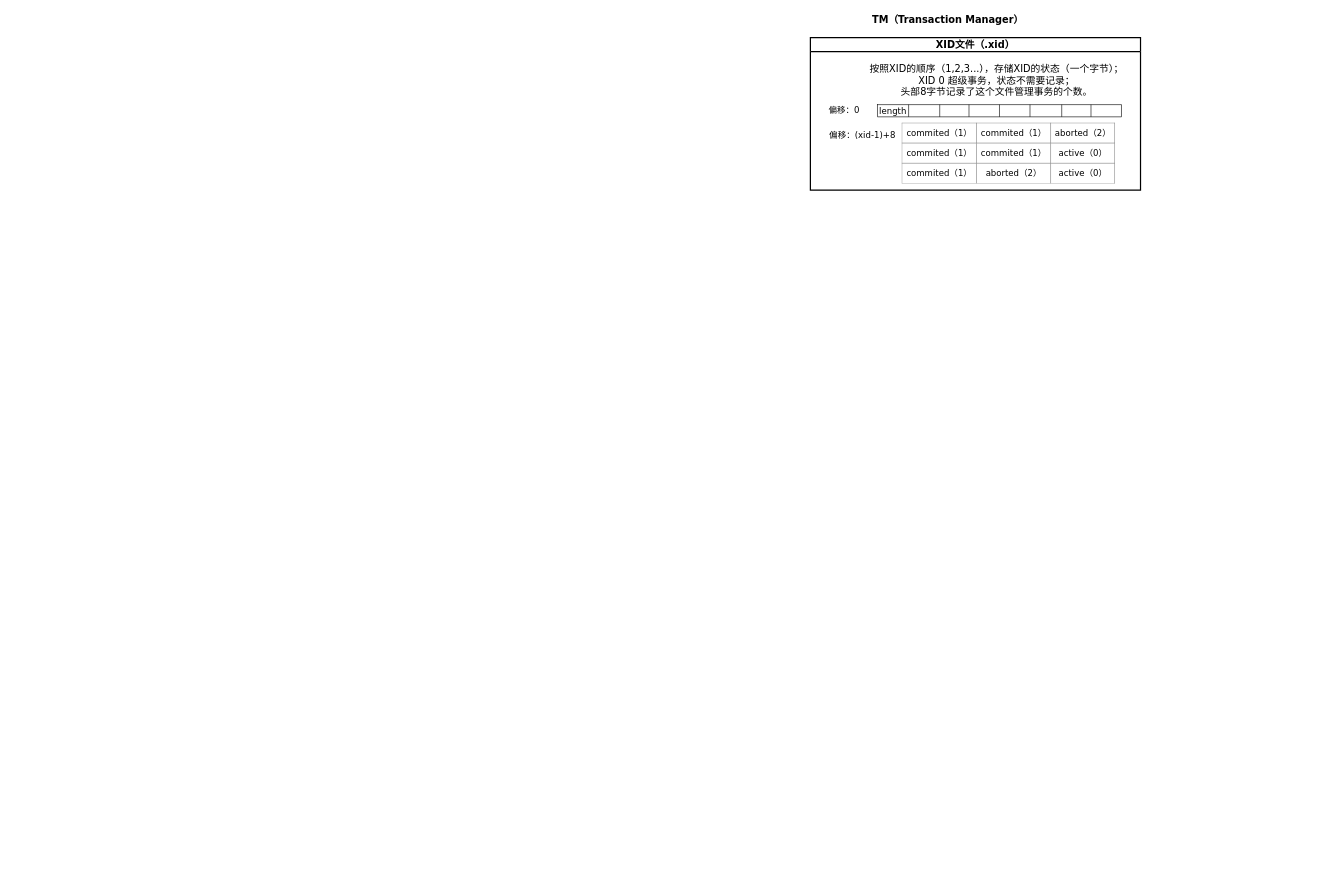
ZhongQiuyuan/diagrams-net keeps this draw.io diagram as MyDB.drawio. Above is the earlier version. Source tidied: cells renumbered, new cells numbered last; positions are measured from the earlier drawing's top-left corner, leaving out a move shared by most shapes. Both pictures are drawn from the tidied source at 61%, with x=0, y=0 at pixel (810, 13).
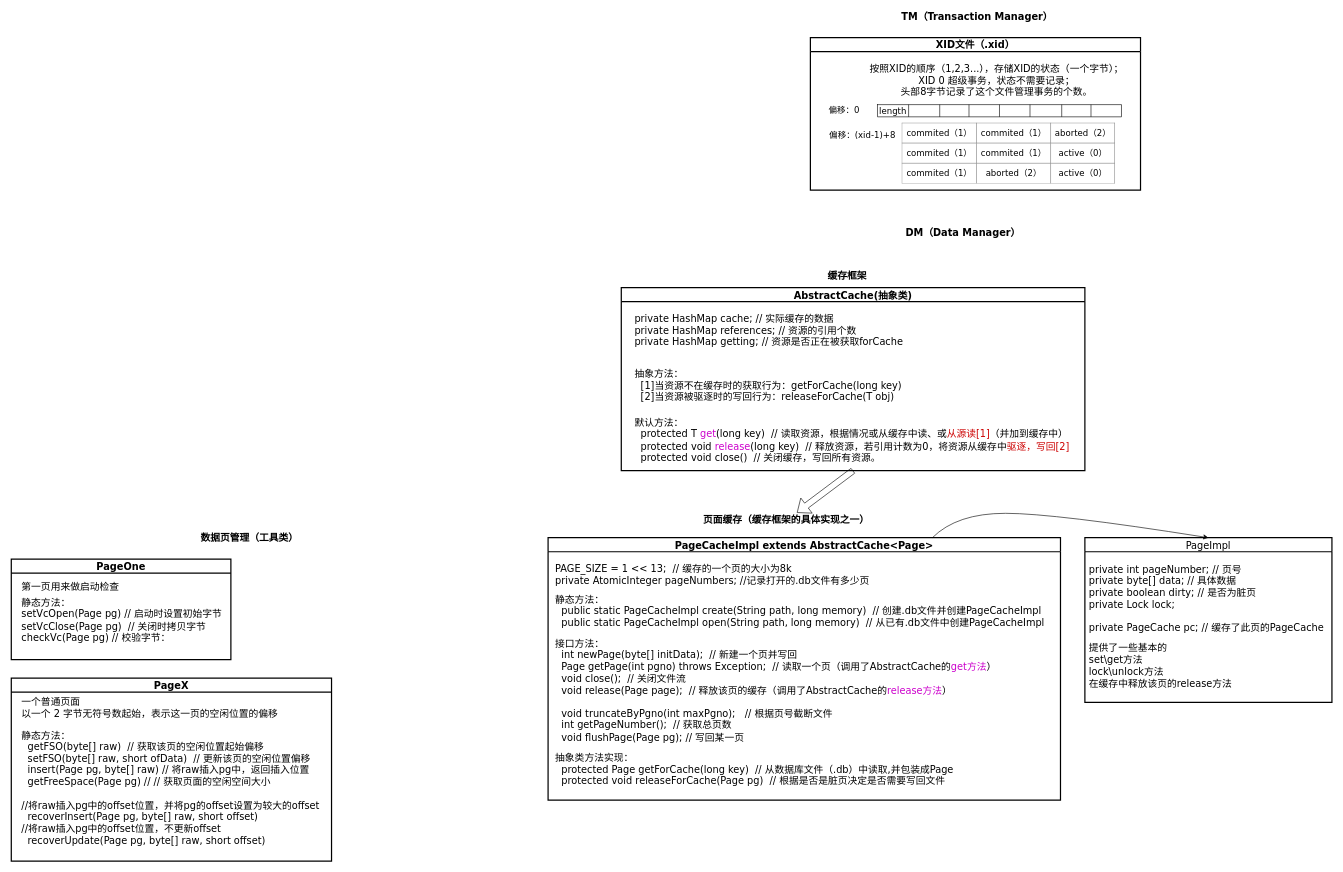
The same page after the edit.

Change to the diagram source:
```diff
@@
     <mxCell id="2" value="&lt;font style=&quot;font-size: 16px&quot; face=&quot;Verdana&quot;&gt;&lt;b&gt;TM（Transaction Manager）&lt;/b&gt;&lt;/font&gt;" style="text;html=1;align=center;verticalAlign=middle;strokeColor=none;fillColor=none;" parent="1" vertex="1">
-      <mxGeometry x="95" width="260" height="20" as="geometry" />
+      <mxGeometry x="143" y="-4" width="260" height="20" as="geometry" />
     </mxCell>
@@
+    <mxCell id="18" value="&lt;font style=&quot;font-size: 16px&quot; face=&quot;Verdana&quot;&gt;&lt;b&gt;DM（Data Manager）&lt;/b&gt;&lt;/font&gt;" style="text;html=1;align=center;verticalAlign=middle;strokeColor=none;fillColor=none;" parent="1" vertex="1">
+      <mxGeometry x="150" y="350" width="200" height="20" as="geometry" />
+    </mxCell>
+    <mxCell id="19" value="&lt;font style=&quot;font-size: 16px&quot;&gt;&lt;b&gt;缓存框架&lt;/b&gt;&lt;/font&gt;" style="text;html=1;align=center;verticalAlign=middle;strokeColor=none;fillColor=none;fontSize=14;fontFamily=Verdana;" parent="1" vertex="1">
+      <mxGeometry x="20" y="420" width="80" height="20" as="geometry" />
+    </mxCell>
+    <mxCell id="20" value="AbstractCache(抽象类)" style="swimlane;fontFamily=Verdana;fontSize=16;strokeWidth=2;align=center;" parent="1" vertex="1">
+      <mxGeometry x="-310" y="450" width="760" height="300" as="geometry" />
+    </mxCell>
+    <mxCell id="21" value="抽象方法：&lt;br&gt;&amp;nbsp; [1]当资源不在缓存时的获取行为：getForCache(long key)&lt;br&gt;&amp;nbsp; [2]当资源被驱逐时的写回行为：releaseForCache(T obj)" style="text;html=1;align=left;verticalAlign=middle;strokeColor=none;fillColor=none;fontSize=16;fontFamily=Verdana;" parent="20" vertex="1">
+      <mxGeometry x="20" y="130" width="460" height="60" as="geometry" />
+    </mxCell>
+    <mxCell id="22" value="private HashMap cache;                     // 实际缓存的数据&lt;br&gt;private HashMap references;          // 资源的引用个数&lt;br&gt;private HashMap getting;             // 资源是否正在被获取forCache" style="text;html=1;align=left;verticalAlign=middle;strokeColor=none;fillColor=none;fontSize=16;fontFamily=Verdana;" parent="20" vertex="1">
+      <mxGeometry x="20" y="40" width="460" height="60" as="geometry" />
+    </mxCell>
+    <mxCell id="23" value="默认方法：&lt;br&gt;&amp;nbsp; protected T &lt;font color=&quot;#cc00cc&quot;&gt;get&lt;/font&gt;(long key)&amp;nbsp; // 读取资源，根据情况或从缓存中读、或&lt;font color=&quot;#cc0000&quot;&gt;从源读[1]&lt;/font&gt;（并加到缓存中）&lt;br&gt;&amp;nbsp; protected void &lt;font color=&quot;#cc00cc&quot;&gt;release&lt;/font&gt;(long key)&amp;nbsp; // 释放资源，若引用计数为0，将资源从缓存中&lt;font color=&quot;#cc0000&quot;&gt;驱逐，写回[2]&lt;/font&gt;&lt;br&gt;&amp;nbsp; protected void close()&amp;nbsp; // 关闭缓存，写回所有资源。" style="text;html=1;align=left;verticalAlign=middle;strokeColor=none;fillColor=none;fontSize=16;fontFamily=Verdana;" parent="20" vertex="1">
+      <mxGeometry x="20" y="210" width="740" height="80" as="geometry" />
+    </mxCell>
+    <mxCell id="24" value="&lt;font style=&quot;font-size: 16px&quot;&gt;&lt;b&gt;页面缓存（&lt;/b&gt;&lt;b&gt;缓存框架的具体实现之一&lt;/b&gt;&lt;b&gt;）&lt;/b&gt;&lt;/font&gt;" style="text;html=1;align=center;verticalAlign=middle;points=[];strokeColor=none;fillColor=none;fontSize=14;fontFamily=Verdana;" parent="1" vertex="1">
+      <mxGeometry x="-185" y="820" width="290" height="20" as="geometry" />
+    </mxCell>
+    <mxCell id="25" value="PageCacheImpl extends AbstractCache&lt;Page&gt;" style="swimlane;fontFamily=Verdana;fontSize=16;fontColor=#000000;strokeWidth=2;fontStyle=1;" parent="1" vertex="1">
+      <mxGeometry x="-430" y="860" width="840" height="430" as="geometry" />
+    </mxCell>
+    <mxCell id="26" value="接口方法：&lt;br&gt;&amp;nbsp; int newPage(byte[] initData);&amp;nbsp; // 新建一个页并写回&lt;br&gt;&amp;nbsp; Page getPage(int pgno) throws Exception;&amp;nbsp; // 读取一个页（调用了AbstractCache的&lt;font color=&quot;#cc00cc&quot;&gt;get方法&lt;/font&gt;）&lt;br&gt;&amp;nbsp; void close();&amp;nbsp; // 关闭文件流&lt;br&gt;&amp;nbsp; void release(Page page);&amp;nbsp; // 释放该页的缓存（调用了AbstractCache的&lt;font color=&quot;#cc00cc&quot;&gt;release方法&lt;/font&gt;）&lt;br&gt; &lt;br&gt;&amp;nbsp; void truncateByPgno(int maxPgno);&amp;nbsp; &amp;nbsp;// 根据页号截断文件&lt;br&gt;&amp;nbsp; int getPageNumber();&amp;nbsp; // 获取总页数&lt;br&gt;&amp;nbsp; void flushPage(Page pg); // 写回某一页" style="text;html=1;align=left;verticalAlign=middle;strokeColor=none;fillColor=none;fontSize=16;fontFamily=Verdana;fontColor=#000000;" parent="25" vertex="1">
+      <mxGeometry x="10" y="160" width="750" height="180" as="geometry" />
+    </mxCell>
+    <mxCell id="27" value="&lt;div&gt;&lt;span style=&quot;color: rgb(0 , 0 , 0)&quot;&gt;抽象类方法实现：&lt;/span&gt;&lt;/div&gt;&lt;font color=&quot;#000000&quot;&gt;&lt;div&gt;&lt;span&gt;&amp;nbsp; protected Page getForCache(long key)&amp;nbsp; // 从数据库文件（.db）中读取,并包装成Page&lt;/span&gt;&lt;/div&gt;&lt;div&gt;&lt;span&gt;&amp;nbsp; protected void releaseForCache(Page pg)&amp;nbsp; // 根据是否是脏页决定是否需要写回文件&lt;br&gt;&lt;/span&gt;&lt;/div&gt;&lt;/font&gt;" style="text;html=1;align=left;verticalAlign=middle;strokeColor=none;fillColor=none;fontSize=16;fontFamily=Verdana;fontColor=#CC00CC;" parent="25" vertex="1">
+      <mxGeometry x="10" y="350" width="680" height="60" as="geometry" />
+    </mxCell>
+    <mxCell id="28" value="&lt;font style=&quot;font-size: 16px&quot;&gt;PAGE_SIZE = 1 &amp;lt;&amp;lt; 13;&amp;nbsp; // 缓存的一个页的大小为8k&lt;br&gt;private AtomicInteger pageNumbers; //记录打开的.db文件有多少页&lt;/font&gt;" style="text;html=1;align=left;verticalAlign=middle;strokeColor=none;fillColor=none;fontSize=16;fontFamily=Verdana;fontColor=#000000;" parent="25" vertex="1">
+      <mxGeometry x="10" y="40" width="540" height="40" as="geometry" />
+    </mxCell>
+    <mxCell id="29" value="静态方法：&lt;br&gt;&amp;nbsp; public static PageCacheImpl create(String path, long memory)&amp;nbsp; // 创建.db文件并创建PageCacheImpl&lt;br&gt;&amp;nbsp; public static PageCacheImpl open(String path, long memory)&amp;nbsp; // 从已有.db文件中创建PageCacheImpl" style="text;html=1;align=left;verticalAlign=middle;strokeColor=none;fillColor=none;fontSize=16;fontFamily=Verdana;fontColor=#000000;" parent="25" vertex="1">
+      <mxGeometry x="10" y="90" width="830" height="60" as="geometry" />
+    </mxCell>
+    <mxCell id="30" value="PageImpl" style="swimlane;fontFamily=Verdana;fontSize=16;fontColor=#000000;strokeWidth=2;fontStyle=0;spacing=2;" parent="1" vertex="1">
+      <mxGeometry x="450" y="860" width="405" height="270" as="geometry" />
+    </mxCell>
+    <mxCell id="31" value="    private int pageNumber; // 页号&lt;br&gt;    private byte[] data; // 具体数据&lt;br&gt;    private boolean dirty; // 是否为脏页&lt;br&gt;    private Lock lock;&amp;nbsp;&lt;br&gt; &lt;br&gt;    private PageCache pc; // 缓存了此页的PageCache" style="text;html=1;align=left;verticalAlign=middle;strokeColor=none;fillColor=none;fontSize=16;fontFamily=Verdana;fontColor=#000000;" parent="30" vertex="1">
+      <mxGeometry x="5" y="40" width="400" height="120" as="geometry" />
+    </mxCell>
+    <mxCell id="32" value="提供了一些基本的&lt;br&gt;set\get方法&lt;br&gt;lock\unlock方法&lt;br&gt;在缓存中释放该页的release方法" style="text;html=1;align=left;verticalAlign=middle;strokeColor=none;fillColor=none;fontSize=16;fontFamily=Verdana;fontColor=#000000;" parent="30" vertex="1">
+      <mxGeometry x="5" y="170" width="250" height="80" as="geometry" />
+    </mxCell>
+    <mxCell id="33" style="curved=1;endArrow=classic;html=1;rounded=0;fontFamily=Verdana;fontSize=16;fontColor=#000000;exitX=0.75;exitY=0;exitDx=0;exitDy=0;entryX=0.5;entryY=0;entryDx=0;entryDy=0;" parent="1" edge="1" source="25" target="30">
+      <mxGeometry relative="1" as="geometry">
+        <Array as="points">
+          <mxPoint x="240" y="820" />
+          <mxPoint x="400" y="820" />
+        </Array>
+      </mxGeometry>
+    </mxCell>
+    <mxCell id="34" style="shape=flexArrow;endArrow=classic;html=1;rounded=0;fontFamily=Verdana;fontSize=16;fontColor=#000000;exitX=0.5;exitY=1;exitDx=0;exitDy=0;entryX=0.562;entryY=-0.05;entryDx=0;entryDy=0;entryPerimeter=0;" parent="1" edge="1" source="20" target="24">
+      <mxGeometry relative="1" as="geometry" />
+    </mxCell>
+    <mxCell id="35" value="&lt;span style=&quot;font-size: 16px&quot;&gt;&lt;b&gt;数据页管理（工具类）&lt;/b&gt;&lt;/span&gt;" style="text;html=1;align=center;verticalAlign=middle;strokeColor=none;fillColor=none;fontSize=14;fontFamily=Verdana;" parent="1" vertex="1">
+      <mxGeometry x="-1010" y="850" width="180" height="20" as="geometry" />
+    </mxCell>
+    <mxCell id="36" value="PageOne" style="swimlane;fontFamily=Verdana;fontSize=16;fontColor=#000000;strokeWidth=2;" parent="1" vertex="1">
+      <mxGeometry x="-1310" y="895" width="360" height="165" as="geometry" />
+    </mxCell>
+    <mxCell id="37" value="&lt;div&gt;&lt;span&gt;静态方法：&lt;/span&gt;&lt;/div&gt;setVcOpen(Page pg) // 启动时设置初始字节&lt;br&gt;setVcClose(Page pg)&amp;nbsp; //&amp;nbsp;关闭时拷贝字节&lt;br&gt;checkVc(Page pg) //&amp;nbsp;校验字节：" style="text;html=1;align=left;verticalAlign=middle;strokeColor=none;fillColor=none;fontSize=16;fontFamily=Verdana;fontColor=#000000;" parent="36" vertex="1">
+      <mxGeometry x="15" y="60" width="350" height="80" as="geometry" />
+    </mxCell>
+    <mxCell id="38" value="第一页用来做启动检查" style="text;html=1;align=left;verticalAlign=middle;strokeColor=none;fillColor=none;fontSize=16;fontFamily=Verdana;fontColor=#000000;" parent="36" vertex="1">
+      <mxGeometry x="15" y="35" width="180" height="20" as="geometry" />
+    </mxCell>
+    <mxCell id="39" value="PageX" style="swimlane;fontFamily=Verdana;fontSize=16;fontColor=#000000;strokeWidth=2;" parent="1" vertex="1">
+      <mxGeometry x="-1310" y="1090" width="525" height="300" as="geometry" />
+    </mxCell>
+    <mxCell id="40" value="一个普通页面&lt;br&gt;以一个 2 字节无符号数起始，表示这一页的空闲位置的偏移" style="text;html=1;align=left;verticalAlign=middle;strokeColor=none;fillColor=none;fontSize=16;fontFamily=Verdana;fontColor=#000000;" parent="39" vertex="1">
+      <mxGeometry x="15" y="29" width="440" height="40" as="geometry" />
+    </mxCell>
+    <mxCell id="41" value="静态方法：&lt;br&gt;&amp;nbsp; getFSO(byte[] raw)&amp;nbsp; // 获取该页的空闲位置起始偏移&lt;br&gt;&amp;nbsp; setFSO(byte[] raw, short ofData)&amp;nbsp; // 更新该页的空闲位置偏移&lt;br&gt;&amp;nbsp; insert(Page pg, byte[] raw)&amp;nbsp;// 将raw插入pg中，返回插入位置&lt;br&gt;&amp;nbsp; getFreeSpace(Page pg) //&amp;nbsp;// 获取页面的空闲空间大小&lt;br&gt;&lt;br&gt;//将raw插入pg中的offset位置，并将pg的offset设置为较大的offset&lt;br&gt;&amp;nbsp; recoverInsert(Page pg, byte[] raw, short offset)&amp;nbsp;&lt;br&gt;//将raw插入pg中的offset位置，不更新offset&lt;br&gt;&amp;nbsp; recoverUpdate(Page pg, byte[] raw, short offset)" style="text;html=1;align=left;verticalAlign=middle;strokeColor=none;fillColor=none;fontSize=16;fontFamily=Verdana;fontColor=#000000;" parent="39" vertex="1">
+      <mxGeometry x="15" y="80" width="510" height="200" as="geometry" />
+    </mxCell>
```
